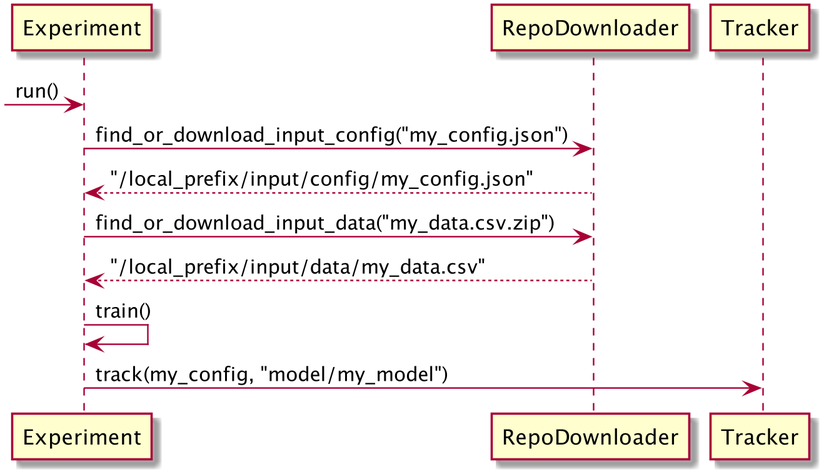
This is doc/plantuml/typical_sequence_diagram.png from BigNerd/justmltools, a PlantUML export, as it was before one commit.
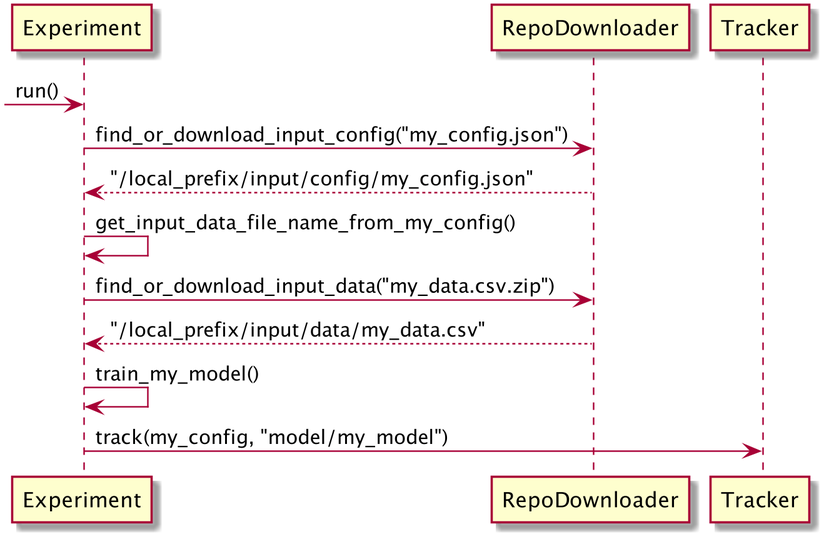
The same diagram one commit later.

Commit message:
Update sequence diagram

Diff of the diagram source:
```diff
@@ -3,10 +3,12 @@
 Experiment -> RepoDownloader: find_or_download_input_config("my_config.json")
 Experiment <-- RepoDownloader: "/local_prefix/input/config/my_config.json"
 
+Experiment -> Experiment: get_input_data_file_name_from_my_config()
+
 Experiment -> RepoDownloader: find_or_download_input_data("my_data.csv.zip")
 Experiment <-- RepoDownloader: "/local_prefix/input/data/my_data.csv"
 
-Experiment -> Experiment: train()
+Experiment -> Experiment: train_my_model()
 
 Experiment -> Tracker: track(my_config, "model/my_model")
 
```
